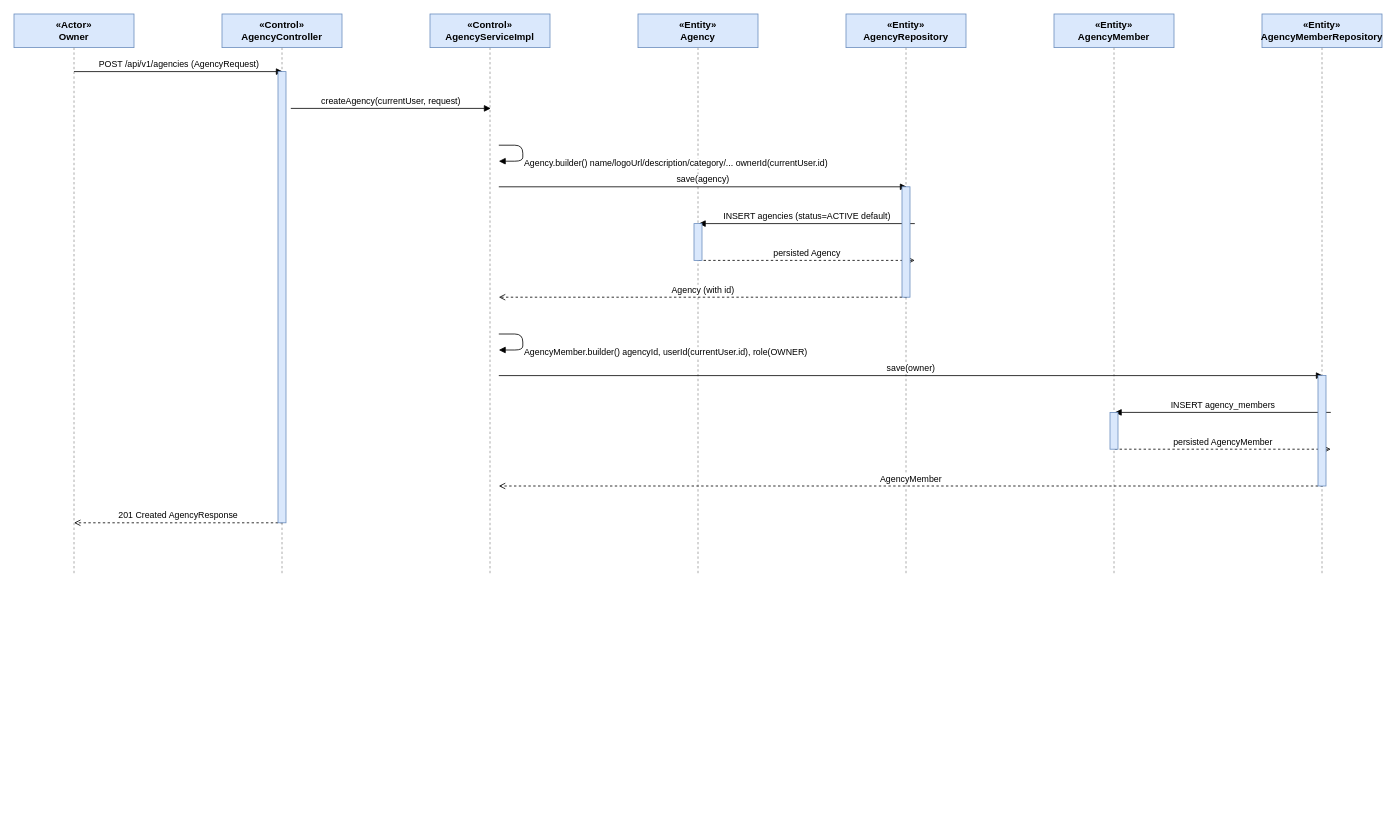
The draw.io diagram docs/feature/agency-workspace/3-4-3-create-agency/sequence-flow.drawio in BrandHubOrganization/brandhub-infrastructure, before the edit. Source tidied: cells renumbered, new cells numbered last; positions are measured from the earlier drawing's top-left corner, leaving out a move shared by most shapes. Both pictures are drawn from the tidied source at 80%, with x=0, y=0 at pixel (14, 14).
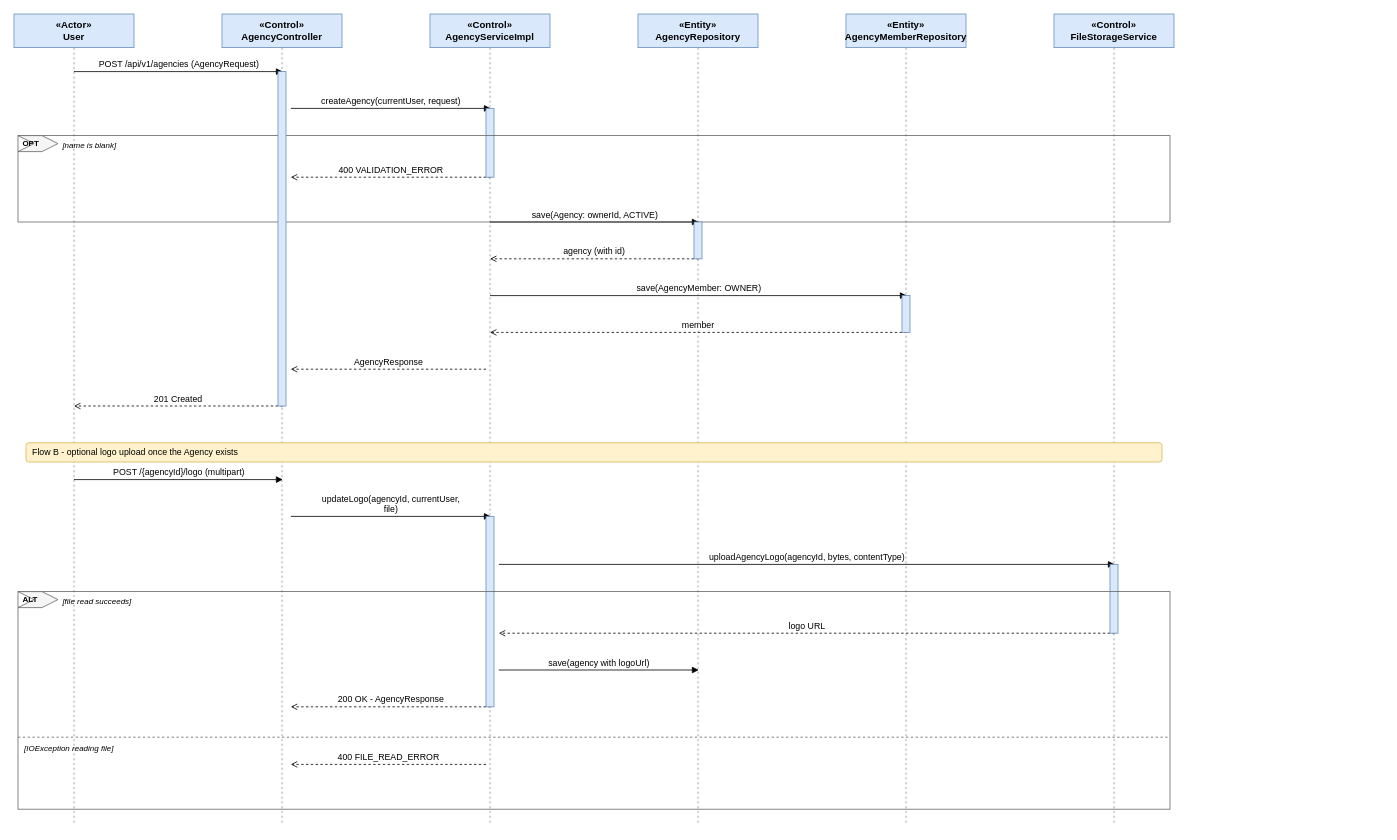
The same diagram, later.

Diff of the diagram source:
```diff
@@
+    <mxCell id="34" value="«Control»&lt;br&gt;FileStorageService" style="rounded=0;whiteSpace=wrap;html=1;fillColor=#dae8fc;strokeColor=#6c8ebf;fontStyle=1;" parent="1" vertex="1">
+      <mxGeometry x="1300" width="150" height="42" as="geometry" />
+    </mxCell>
+    <mxCell id="35" style="endArrow=none;dashed=1;html=1;strokeColor=#999999;" parent="1" edge="1">
+      <mxGeometry relative="1" as="geometry">
+        <mxPoint x="1375" y="42" as="sourcePoint" />
+        <mxPoint x="1375" y="1014" as="targetPoint" />
+      </mxGeometry>
+    </mxCell>
     <mxCell id="2" value="«Entity»&lt;br&gt;AgencyMemberRepository" style="rounded=0;whiteSpace=wrap;html=1;fillColor=#dae8fc;strokeColor=#6c8ebf;fontStyle=1;" parent="1" vertex="1">
-      <mxGeometry x="1560" width="150" height="42" as="geometry" />
+      <mxGeometry x="1040" width="150" height="42" as="geometry" />
     </mxCell>
-    <mxCell id="3" style="endArrow=none;dashed=1;html=1;strokeColor=#999999;" parent="1" edge="1">
-      <mxGeometry relative="1" as="geometry">
-        <mxPoint x="1635" y="42" as="sourcePoint" />
-        <mxPoint x="1635" y="702" as="targetPoint" />
-      </mxGeometry>
-    </mxCell>
-    <mxCell id="4" value="«Entity»&lt;br&gt;AgencyMember" style="rounded=0;whiteSpace=wrap;html=1;fillColor=#dae8fc;strokeColor=#6c8ebf;fontStyle=1;" parent="1" vertex="1">
-      <mxGeometry x="1300" width="150" height="42" as="geometry" />
-    </mxCell>
-    <mxCell id="5" style="endArrow=none;dashed=1;html=1;strokeColor=#999999;" parent="1" edge="1">
-      <mxGeometry relative="1" as="geometry">
-        <mxPoint x="1375" y="42" as="sourcePoint" />
-        <mxPoint x="1375" y="702" as="targetPoint" />
-      </mxGeometry>
-    </mxCell>
+    <mxCell id="36" style="endArrow=none;dashed=1;html=1;strokeColor=#999999;" parent="1" edge="1">
+      <mxGeometry relative="1" as="geometry">
+        <mxPoint x="1115" y="42" as="sourcePoint" />
+        <mxPoint x="1115" y="1014" as="targetPoint" />
+      </mxGeometry>
+    </mxCell>
     <mxCell id="6" value="«Entity»&lt;br&gt;AgencyRepository" style="rounded=0;whiteSpace=wrap;html=1;fillColor=#dae8fc;strokeColor=#6c8ebf;fontStyle=1;" parent="1" vertex="1">
-      <mxGeometry x="1040" width="150" height="42" as="geometry" />
+      <mxGeometry x="780" width="150" height="42" as="geometry" />
     </mxCell>
-    <mxCell id="7" style="endArrow=none;dashed=1;html=1;strokeColor=#999999;" parent="1" edge="1">
-      <mxGeometry relative="1" as="geometry">
-        <mxPoint x="1115" y="42" as="sourcePoint" />
-        <mxPoint x="1115" y="702" as="targetPoint" />
-      </mxGeometry>
-    </mxCell>
-    <mxCell id="8" value="«Entity»&lt;br&gt;Agency" style="rounded=0;whiteSpace=wrap;html=1;fillColor=#dae8fc;strokeColor=#6c8ebf;fontStyle=1;" parent="1" vertex="1">
-      <mxGeometry x="780" width="150" height="42" as="geometry" />
-    </mxCell>
-    <mxCell id="9" style="endArrow=none;dashed=1;html=1;strokeColor=#999999;" parent="1" edge="1">
-      <mxGeometry relative="1" as="geometry">
-        <mxPoint x="855" y="42" as="sourcePoint" />
-        <mxPoint x="855" y="702" as="targetPoint" />
-      </mxGeometry>
-    </mxCell>
+    <mxCell id="37" style="endArrow=none;dashed=1;html=1;strokeColor=#999999;" parent="1" edge="1">
+      <mxGeometry relative="1" as="geometry">
+        <mxPoint x="855" y="42" as="sourcePoint" />
+        <mxPoint x="855" y="1014" as="targetPoint" />
+      </mxGeometry>
+    </mxCell>
@@
-    <mxCell id="11" style="endArrow=none;dashed=1;html=1;strokeColor=#999999;" parent="1" edge="1">
-      <mxGeometry relative="1" as="geometry">
-        <mxPoint x="595" y="42" as="sourcePoint" />
-        <mxPoint x="595" y="702" as="targetPoint" />
-      </mxGeometry>
-    </mxCell>
+    <mxCell id="38" style="endArrow=none;dashed=1;html=1;strokeColor=#999999;" parent="1" edge="1">
+      <mxGeometry relative="1" as="geometry">
+        <mxPoint x="595" y="42" as="sourcePoint" />
+        <mxPoint x="595" y="1014" as="targetPoint" />
+      </mxGeometry>
+    </mxCell>
@@
-    <mxCell id="13" style="endArrow=none;dashed=1;html=1;strokeColor=#999999;" parent="1" edge="1">
-      <mxGeometry relative="1" as="geometry">
-        <mxPoint x="335" y="42" as="sourcePoint" />
-        <mxPoint x="335" y="702" as="targetPoint" />
-      </mxGeometry>
-    </mxCell>
-    <mxCell id="14" value="«Actor»&lt;br&gt;Owner" style="rounded=0;whiteSpace=wrap;html=1;fillColor=#dae8fc;strokeColor=#6c8ebf;fontStyle=1;" parent="1" vertex="1">
-      <mxGeometry width="150" height="42" as="geometry" />
-    </mxCell>
-    <mxCell id="15" style="endArrow=none;dashed=1;html=1;strokeColor=#999999;" parent="1" edge="1">
-      <mxGeometry relative="1" as="geometry">
-        <mxPoint x="75" y="42" as="sourcePoint" />
-        <mxPoint x="75" y="702" as="targetPoint" />
-      </mxGeometry>
-    </mxCell>
+    <mxCell id="39" style="endArrow=none;dashed=1;html=1;strokeColor=#999999;" parent="1" edge="1">
+      <mxGeometry relative="1" as="geometry">
+        <mxPoint x="335" y="42" as="sourcePoint" />
+        <mxPoint x="335" y="1014" as="targetPoint" />
+      </mxGeometry>
+    </mxCell>
+    <mxCell id="40" value="«Actor»&lt;br&gt;User" style="rounded=0;whiteSpace=wrap;html=1;fillColor=#dae8fc;strokeColor=#6c8ebf;fontStyle=1;" parent="1" vertex="1">
+      <mxGeometry width="150" height="42" as="geometry" />
+    </mxCell>
+    <mxCell id="41" style="endArrow=none;dashed=1;html=1;strokeColor=#999999;" parent="1" edge="1">
+      <mxGeometry relative="1" as="geometry">
+        <mxPoint x="75" y="42" as="sourcePoint" />
+        <mxPoint x="75" y="1014" as="targetPoint" />
+      </mxGeometry>
+    </mxCell>
@@
-    <mxCell id="18" value="Agency.builder() name/logoUrl/description/category/... ownerId(currentUser.id)" style="html=1;endArrow=block;dashed=0;fontSize=11;align=left;verticalAlign=top;rounded=1;" parent="1" edge="1">
-      <mxGeometry relative="1" as="geometry">
-        <mxPoint x="606" y="164" as="sourcePoint" />
-        <mxPoint x="606" y="184" as="targetPoint" />
-        <Array as="points">
-          <mxPoint x="636" y="164" />
-          <mxPoint x="636" y="184" />
-        </Array>
-      </mxGeometry>
-    </mxCell>
-    <mxCell id="19" value="save(agency)" style="html=1;endArrow=block;dashed=0;fontSize=11;align=center;verticalAlign=bottom;labelBackgroundColor=#ffffff;" parent="1" edge="1">
-      <mxGeometry relative="1" as="geometry">
-        <mxPoint x="606" y="216" as="sourcePoint" />
-        <mxPoint x="1116" y="216" as="targetPoint" />
-      </mxGeometry>
-    </mxCell>
-    <mxCell id="20" value="INSERT agencies (status=ACTIVE default)" style="html=1;endArrow=block;dashed=0;fontSize=11;align=center;verticalAlign=bottom;labelBackgroundColor=#ffffff;" parent="1" edge="1">
-      <mxGeometry relative="1" as="geometry">
-        <mxPoint x="1126" y="262" as="sourcePoint" />
-        <mxPoint x="856" y="262" as="targetPoint" />
-      </mxGeometry>
-    </mxCell>
-    <mxCell id="21" value="persisted Agency" style="html=1;endArrow=open;dashed=1;fontSize=11;align=center;verticalAlign=bottom;labelBackgroundColor=#ffffff;" parent="1" edge="1">
-      <mxGeometry relative="1" as="geometry">
-        <mxPoint x="856" y="308" as="sourcePoint" />
-        <mxPoint x="1126" y="308" as="targetPoint" />
-      </mxGeometry>
-    </mxCell>
-    <mxCell id="22" style="rounded=0;whiteSpace=wrap;html=1;fillColor=#dae8fc;strokeColor=#6c8ebf;" parent="1" vertex="1">
-      <mxGeometry x="850" y="262" width="10" height="46" as="geometry" />
-    </mxCell>
-    <mxCell id="23" value="Agency (with id)" style="html=1;endArrow=open;dashed=1;fontSize=11;align=center;verticalAlign=bottom;labelBackgroundColor=#ffffff;" parent="1" edge="1">
-      <mxGeometry relative="1" as="geometry">
-        <mxPoint x="1116" y="354" as="sourcePoint" />
-        <mxPoint x="606" y="354" as="targetPoint" />
-      </mxGeometry>
-    </mxCell>
-    <mxCell id="24" style="rounded=0;whiteSpace=wrap;html=1;fillColor=#dae8fc;strokeColor=#6c8ebf;" parent="1" vertex="1">
-      <mxGeometry x="1110" y="216" width="10" height="138" as="geometry" />
-    </mxCell>
-    <mxCell id="25" value="AgencyMember.builder() agencyId, userId(currentUser.id), role(OWNER)" style="html=1;endArrow=block;dashed=0;fontSize=11;align=left;verticalAlign=top;rounded=1;" parent="1" edge="1">
-      <mxGeometry relative="1" as="geometry">
-        <mxPoint x="606" y="400" as="sourcePoint" />
-        <mxPoint x="606" y="420" as="targetPoint" />
-        <Array as="points">
-          <mxPoint x="636" y="400" />
-          <mxPoint x="636" y="420" />
-        </Array>
-      </mxGeometry>
-    </mxCell>
+    <mxCell id="42" value="400 VALIDATION_ERROR" style="html=1;endArrow=open;dashed=1;fontSize=11;align=center;verticalAlign=bottom;labelBackgroundColor=#ffffff;" parent="1" edge="1">
+      <mxGeometry relative="1" as="geometry">
+        <mxPoint x="596" y="204" as="sourcePoint" />
+        <mxPoint x="346" y="204" as="targetPoint" />
+      </mxGeometry>
+    </mxCell>
+    <mxCell id="43" style="rounded=0;whiteSpace=wrap;html=1;fillColor=#dae8fc;strokeColor=#6c8ebf;" parent="1" vertex="1">
+      <mxGeometry x="590" y="118" width="10" height="86" as="geometry" />
+    </mxCell>
+    <mxCell id="44" style="rounded=0;whiteSpace=wrap;html=1;fillColor=none;strokeColor=#666666;verticalAlign=top;" parent="1" vertex="1">
+      <mxGeometry x="5" y="152" width="1440" height="108" as="geometry" />
+    </mxCell>
+    <mxCell id="45" value="OPT" style="shape=step;perimeter=stepPerimeter;whiteSpace=wrap;html=1;fixedSize=1;fillColor=#f5f5f5;strokeColor=#666666;fontStyle=1;fontSize=10;align=left;spacingLeft=4;" parent="1" vertex="1">
+      <mxGeometry x="5" y="152" width="50" height="20" as="geometry" />
+    </mxCell>
+    <mxCell id="46" value="[name is blank]" style="text;html=1;align=left;verticalAlign=top;fontSize=10;fontStyle=2;" parent="1" vertex="1">
+      <mxGeometry x="59" y="152" width="1382" height="20" as="geometry" />
+    </mxCell>
+    <mxCell id="47" value="save(Agency: ownerId, ACTIVE)" style="html=1;endArrow=block;dashed=0;fontSize=11;align=center;verticalAlign=bottom;labelBackgroundColor=#ffffff;" parent="1" edge="1">
+      <mxGeometry relative="1" as="geometry">
+        <mxPoint x="595" y="260" as="sourcePoint" />
+        <mxPoint x="856" y="260" as="targetPoint" />
+      </mxGeometry>
+    </mxCell>
+    <mxCell id="48" value="agency (with id)" style="html=1;endArrow=open;dashed=1;fontSize=11;align=center;verticalAlign=bottom;labelBackgroundColor=#ffffff;" parent="1" edge="1">
+      <mxGeometry relative="1" as="geometry">
+        <mxPoint x="856" y="306" as="sourcePoint" />
+        <mxPoint x="595" y="306" as="targetPoint" />
+      </mxGeometry>
+    </mxCell>
+    <mxCell id="49" style="rounded=0;whiteSpace=wrap;html=1;fillColor=#dae8fc;strokeColor=#6c8ebf;" parent="1" vertex="1">
+      <mxGeometry x="850" y="260" width="10" height="46" as="geometry" />
+    </mxCell>
-    <mxCell id="26" value="save(owner)" style="html=1;endArrow=block;dashed=0;fontSize=11;align=center;verticalAlign=bottom;labelBackgroundColor=#ffffff;" parent="1" edge="1">
+    <mxCell id="26" value="save(AgencyMember: OWNER)" style="html=1;endArrow=block;dashed=0;fontSize=11;align=center;verticalAlign=bottom;labelBackgroundColor=#ffffff;" parent="1" edge="1">
       <mxGeometry relative="1" as="geometry">
-        <mxPoint x="606" y="452" as="sourcePoint" />
-        <mxPoint x="1636" y="452" as="targetPoint" />
+        <mxPoint x="595" y="352" as="sourcePoint" />
+        <mxPoint x="1116" y="352" as="targetPoint" />
       </mxGeometry>
     </mxCell>
-    <mxCell id="27" value="INSERT agency_members" style="html=1;endArrow=block;dashed=0;fontSize=11;align=center;verticalAlign=bottom;labelBackgroundColor=#ffffff;" parent="1" edge="1">
-      <mxGeometry relative="1" as="geometry">
-        <mxPoint x="1646" y="498" as="sourcePoint" />
-        <mxPoint x="1376" y="498" as="targetPoint" />
-      </mxGeometry>
-    </mxCell>
-    <mxCell id="28" value="persisted AgencyMember" style="html=1;endArrow=open;dashed=1;fontSize=11;align=center;verticalAlign=bottom;labelBackgroundColor=#ffffff;" parent="1" edge="1">
-      <mxGeometry relative="1" as="geometry">
-        <mxPoint x="1376" y="544" as="sourcePoint" />
-        <mxPoint x="1646" y="544" as="targetPoint" />
-      </mxGeometry>
-    </mxCell>
-    <mxCell id="29" style="rounded=0;whiteSpace=wrap;html=1;fillColor=#dae8fc;strokeColor=#6c8ebf;" parent="1" vertex="1">
-      <mxGeometry x="1370" y="498" width="10" height="46" as="geometry" />
-    </mxCell>
+    <mxCell id="50" value="member" style="html=1;endArrow=open;dashed=1;fontSize=11;align=center;verticalAlign=bottom;labelBackgroundColor=#ffffff;" parent="1" edge="1">
+      <mxGeometry relative="1" as="geometry">
+        <mxPoint x="1116" y="398" as="sourcePoint" />
+        <mxPoint x="595" y="398" as="targetPoint" />
+      </mxGeometry>
+    </mxCell>
+    <mxCell id="51" style="rounded=0;whiteSpace=wrap;html=1;fillColor=#dae8fc;strokeColor=#6c8ebf;" parent="1" vertex="1">
+      <mxGeometry x="1110" y="352" width="10" height="46" as="geometry" />
+    </mxCell>
+    <mxCell id="52" value="AgencyResponse" style="html=1;endArrow=open;dashed=1;fontSize=11;align=center;verticalAlign=bottom;labelBackgroundColor=#ffffff;" parent="1" edge="1">
+      <mxGeometry relative="1" as="geometry">
+        <mxPoint x="590" y="444" as="sourcePoint" />
+        <mxPoint x="346" y="444" as="targetPoint" />
+      </mxGeometry>
+    </mxCell>
-    <mxCell id="30" value="AgencyMember" style="html=1;endArrow=open;dashed=1;fontSize=11;align=center;verticalAlign=bottom;labelBackgroundColor=#ffffff;" parent="1" edge="1">
+    <mxCell id="30" value="201 Created" style="html=1;endArrow=open;dashed=1;fontSize=11;align=center;verticalAlign=bottom;labelBackgroundColor=#ffffff;" parent="1" edge="1">
       <mxGeometry relative="1" as="geometry">
-        <mxPoint x="1636" y="590" as="sourcePoint" />
-        <mxPoint x="606" y="590" as="targetPoint" />
+        <mxPoint x="336" y="490" as="sourcePoint" />
+        <mxPoint x="75" y="490" as="targetPoint" />
       </mxGeometry>
     </mxCell>
     <mxCell id="31" style="rounded=0;whiteSpace=wrap;html=1;fillColor=#dae8fc;strokeColor=#6c8ebf;" parent="1" vertex="1">
-      <mxGeometry x="1630" y="452" width="10" height="138" as="geometry" />
+      <mxGeometry x="330" y="72" width="10" height="418" as="geometry" />
     </mxCell>
-    <mxCell id="32" value="201 Created AgencyResponse" style="html=1;endArrow=open;dashed=1;fontSize=11;align=center;verticalAlign=bottom;labelBackgroundColor=#ffffff;" parent="1" edge="1">
-      <mxGeometry relative="1" as="geometry">
-        <mxPoint x="336" y="636" as="sourcePoint" />
-        <mxPoint x="75" y="636" as="targetPoint" />
-      </mxGeometry>
-    </mxCell>
-    <mxCell id="33" style="rounded=0;whiteSpace=wrap;html=1;fillColor=#dae8fc;strokeColor=#6c8ebf;" parent="1" vertex="1">
-      <mxGeometry x="330" y="72" width="10" height="564" as="geometry" />
-    </mxCell>
+    <mxCell id="53" value="Flow B - optional logo upload once the Agency exists" style="rounded=1;whiteSpace=wrap;html=1;fillColor=#fff2cc;strokeColor=#d6b656;align=left;spacingLeft=6;fontSize=11;" parent="1" vertex="1">
+      <mxGeometry x="15" y="536" width="1420" height="24" as="geometry" />
+    </mxCell>
+    <mxCell id="54" value="POST /{agencyId}/logo (multipart)" style="html=1;endArrow=block;dashed=0;fontSize=11;align=center;verticalAlign=bottom;labelBackgroundColor=#ffffff;" parent="1" edge="1">
+      <mxGeometry relative="1" as="geometry">
+        <mxPoint x="75" y="582" as="sourcePoint" />
+        <mxPoint x="336" y="582" as="targetPoint" />
+      </mxGeometry>
+    </mxCell>
+    <mxCell id="55" value="updateLogo(agencyId, currentUser,&lt;br&gt;file)" style="html=1;endArrow=block;dashed=0;fontSize=11;align=center;verticalAlign=bottom;labelBackgroundColor=#ffffff;" parent="1" edge="1">
+      <mxGeometry relative="1" as="geometry">
+        <mxPoint x="346" y="628" as="sourcePoint" />
+        <mxPoint x="596" y="628" as="targetPoint" />
+      </mxGeometry>
+    </mxCell>
+    <mxCell id="56" value="uploadAgencyLogo(agencyId, bytes, contentType)" style="html=1;endArrow=block;dashed=0;fontSize=11;align=center;verticalAlign=bottom;labelBackgroundColor=#ffffff;" parent="1" edge="1">
+      <mxGeometry relative="1" as="geometry">
+        <mxPoint x="606" y="688" as="sourcePoint" />
+        <mxPoint x="1376" y="688" as="targetPoint" />
+      </mxGeometry>
+    </mxCell>
+    <mxCell id="57" value="logo URL" style="html=1;endArrow=open;dashed=1;fontSize=11;align=center;verticalAlign=bottom;labelBackgroundColor=#ffffff;" parent="1" edge="1">
+      <mxGeometry relative="1" as="geometry">
+        <mxPoint x="1376" y="774" as="sourcePoint" />
+        <mxPoint x="606" y="774" as="targetPoint" />
+      </mxGeometry>
+    </mxCell>
+    <mxCell id="58" style="rounded=0;whiteSpace=wrap;html=1;fillColor=#dae8fc;strokeColor=#6c8ebf;" parent="1" vertex="1">
+      <mxGeometry x="1370" y="688" width="10" height="86" as="geometry" />
+    </mxCell>
+    <mxCell id="59" value="save(agency with logoUrl)" style="html=1;endArrow=block;dashed=0;fontSize=11;align=center;verticalAlign=bottom;labelBackgroundColor=#ffffff;" parent="1" edge="1">
+      <mxGeometry relative="1" as="geometry">
+        <mxPoint x="606" y="820" as="sourcePoint" />
+        <mxPoint x="856" y="820" as="targetPoint" />
+      </mxGeometry>
+    </mxCell>
+    <mxCell id="60" value="200 OK - AgencyResponse" style="html=1;endArrow=open;dashed=1;fontSize=11;align=center;verticalAlign=bottom;labelBackgroundColor=#ffffff;" parent="1" edge="1">
+      <mxGeometry relative="1" as="geometry">
+        <mxPoint x="596" y="866" as="sourcePoint" />
+        <mxPoint x="346" y="866" as="targetPoint" />
+      </mxGeometry>
+    </mxCell>
+    <mxCell id="61" style="rounded=0;whiteSpace=wrap;html=1;fillColor=#dae8fc;strokeColor=#6c8ebf;" parent="1" vertex="1">
+      <mxGeometry x="590" y="628" width="10" height="238" as="geometry" />
+    </mxCell>
+    <mxCell id="62" value="400 FILE_READ_ERROR" style="html=1;endArrow=open;dashed=1;fontSize=11;align=center;verticalAlign=bottom;labelBackgroundColor=#ffffff;" parent="1" edge="1">
+      <mxGeometry relative="1" as="geometry">
+        <mxPoint x="590" y="938" as="sourcePoint" />
+        <mxPoint x="346" y="938" as="targetPoint" />
+      </mxGeometry>
+    </mxCell>
+    <mxCell id="63" style="rounded=0;whiteSpace=wrap;html=1;fillColor=none;strokeColor=#666666;verticalAlign=top;" parent="1" vertex="1">
+      <mxGeometry x="5" y="722" width="1440" height="272" as="geometry" />
+    </mxCell>
+    <mxCell id="64" value="ALT" style="shape=step;perimeter=stepPerimeter;whiteSpace=wrap;html=1;fixedSize=1;fillColor=#f5f5f5;strokeColor=#666666;fontStyle=1;fontSize=10;align=left;spacingLeft=4;" parent="1" vertex="1">
+      <mxGeometry x="5" y="722" width="50" height="20" as="geometry" />
+    </mxCell>
+    <mxCell id="65" value="[file read succeeds]" style="text;html=1;align=left;verticalAlign=top;fontSize=10;fontStyle=2;" parent="1" vertex="1">
+      <mxGeometry x="59" y="722" width="1382" height="20" as="geometry" />
+    </mxCell>
+    <mxCell id="66" style="endArrow=none;dashed=1;html=1;strokeColor=#666666;" parent="1" edge="1">
+      <mxGeometry relative="1" as="geometry">
+        <mxPoint x="5" y="904" as="sourcePoint" />
+        <mxPoint x="1445" y="904" as="targetPoint" />
+      </mxGeometry>
+    </mxCell>
+    <mxCell id="67" value="[IOException reading file]" style="text;html=1;align=left;verticalAlign=top;fontSize=10;fontStyle=2;" parent="1" vertex="1">
+      <mxGeometry x="11" y="906" width="1430" height="18" as="geometry" />
+    </mxCell>
```
